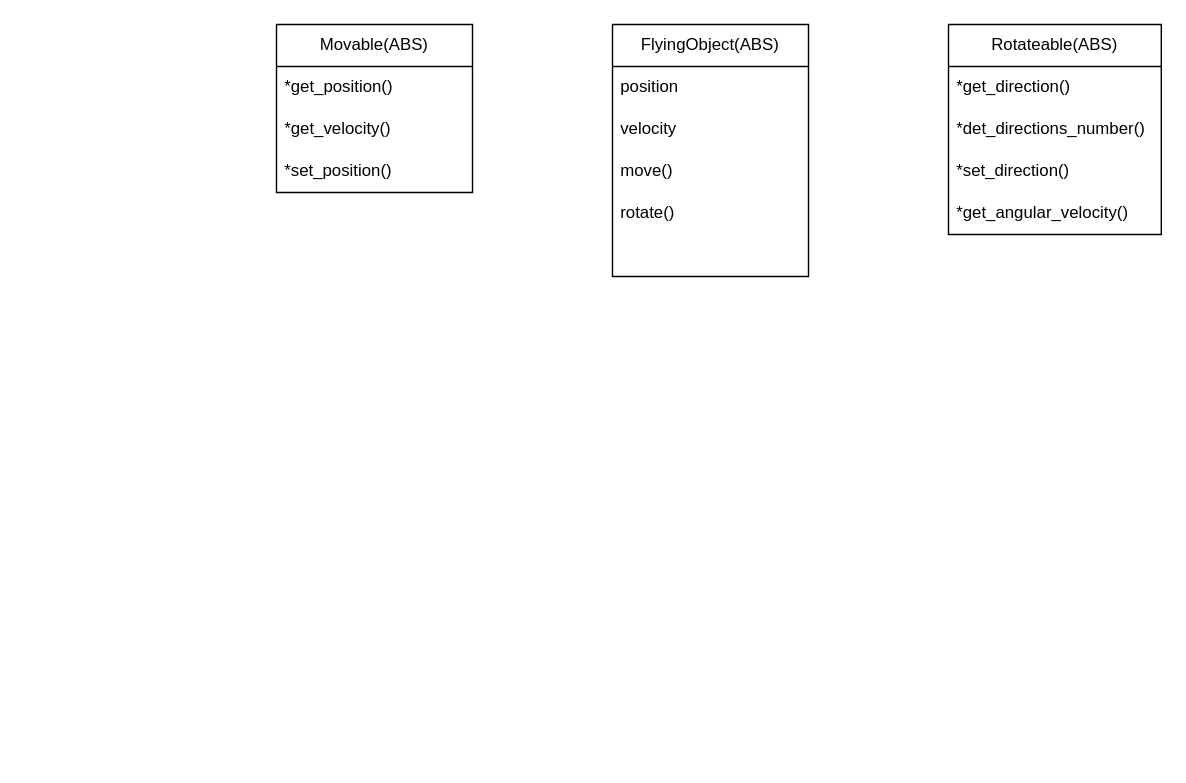
The draw.io diagram classes.dio in konsgrib/otus_design_patterns, before the edit. Source tidied: cells renumbered, new cells numbered last; positions are measured from the earlier drawing's top-left corner, leaving out a move shared by most shapes. Both pictures are drawn from the tidied source at 140%, with x=0, y=0 at pixel (276, 24).
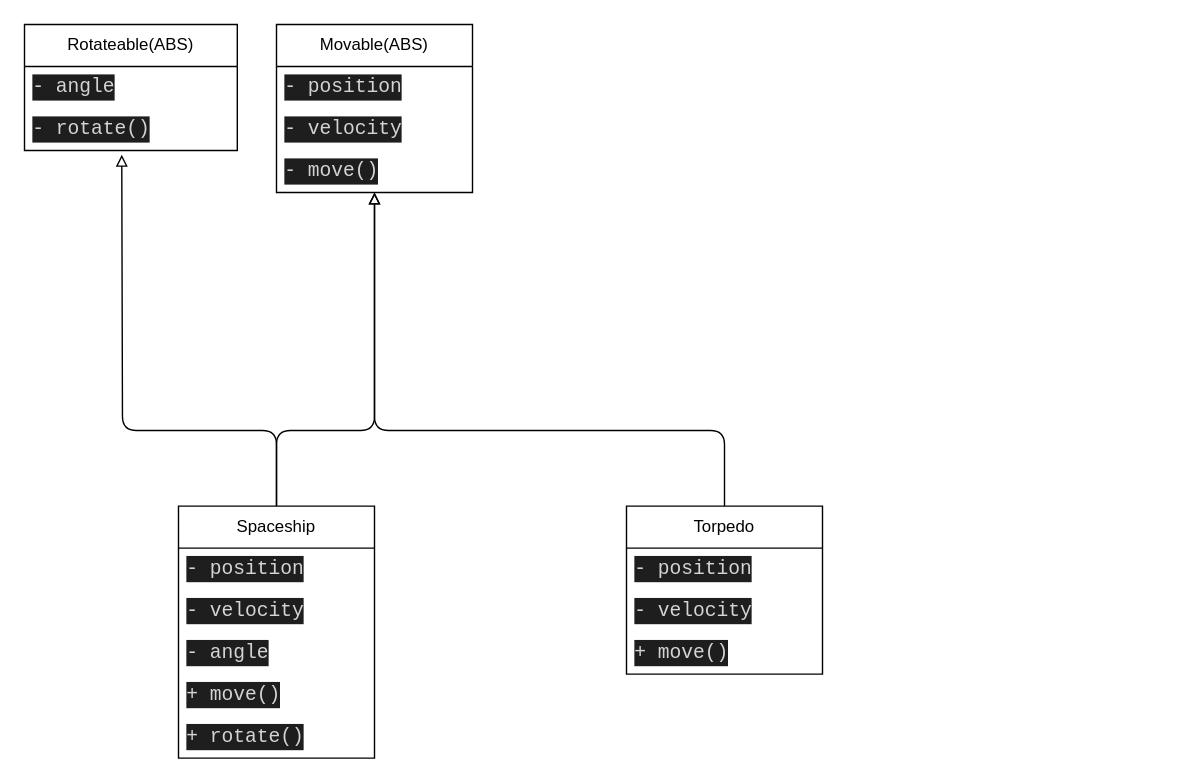
Above is the later version.

Commit message:
classes diagram added

The change refers to these unchanged cells:
```xml
<mxCell id="8" value="Movable(ABS)" style="swimlane;fontStyle=0;horizontal=1;startSize=30;whiteSpace=wrap;html=1;" parent="1" vertex="1">
  <mxGeometry width="140" height="120" as="geometry" />
</mxCell>
```

Diff of the diagram source:
```diff
@@
-    <mxCell id="2" value="FlyingObject(ABS)" style="swimlane;fontStyle=0;horizontal=1;startSize=30;whiteSpace=wrap;html=1;" parent="1" vertex="1">
-      <mxGeometry x="240" width="140" height="180" as="geometry" />
-    </mxCell>
-    <mxCell id="3" value="position" style="text;strokeColor=none;fillColor=none;align=left;verticalAlign=middle;spacingLeft=4;spacingRight=4;overflow=hidden;whiteSpace=wrap;html=1;" parent="2" vertex="1">
-      <mxGeometry y="30" width="140" height="30" as="geometry" />
-    </mxCell>
-    <mxCell id="4" value="velocity" style="text;strokeColor=none;fillColor=none;align=left;verticalAlign=middle;spacingLeft=4;spacingRight=4;overflow=hidden;whiteSpace=wrap;html=1;" parent="2" vertex="1">
-      <mxGeometry y="60" width="140" height="30" as="geometry" />
-    </mxCell>
-    <mxCell id="5" value="move()" style="text;strokeColor=none;fillColor=none;align=left;verticalAlign=middle;spacingLeft=4;spacingRight=4;overflow=hidden;whiteSpace=wrap;html=1;" parent="2" vertex="1">
-      <mxGeometry y="90" width="140" height="30" as="geometry" />
-    </mxCell>
-    <mxCell id="6" value="rotate()" style="text;strokeColor=none;fillColor=none;align=left;verticalAlign=middle;spacingLeft=4;spacingRight=4;overflow=hidden;whiteSpace=wrap;html=1;" parent="2" vertex="1">
-      <mxGeometry y="120" width="140" height="30" as="geometry" />
-    </mxCell>
-    <mxCell id="7" style="text;strokeColor=none;fillColor=none;align=left;verticalAlign=middle;spacingLeft=4;spacingRight=4;overflow=hidden;whiteSpace=wrap;html=1;" parent="2" vertex="1">
-      <mxGeometry y="150" width="140" height="30" as="geometry" />
-    </mxCell>
@@
-    <mxCell id="9" value="*get_position()" style="text;strokeColor=none;fillColor=none;align=left;verticalAlign=middle;spacingLeft=4;spacingRight=4;overflow=hidden;whiteSpace=wrap;html=1;" parent="8" vertex="1">
+    <mxCell id="9" value="&lt;div style=&quot;color: rgb(212, 212, 212); background-color: rgb(30, 30, 30); font-family: Consolas, &amp;quot;Courier New&amp;quot;, monospace; font-size: 14px; line-height: 19px;&quot;&gt;- position&lt;/div&gt;" style="text;strokeColor=none;fillColor=none;align=left;verticalAlign=middle;spacingLeft=4;spacingRight=4;overflow=hidden;whiteSpace=wrap;html=1;" parent="8" vertex="1">
       <mxGeometry y="30" width="140" height="30" as="geometry" />
     </mxCell>
-    <mxCell id="10" value="*get_velocity()" style="text;strokeColor=none;fillColor=none;align=left;verticalAlign=middle;spacingLeft=4;spacingRight=4;overflow=hidden;whiteSpace=wrap;html=1;" parent="8" vertex="1">
+    <mxCell id="10" value="&lt;div style=&quot;color: rgb(212, 212, 212); background-color: rgb(30, 30, 30); font-family: Consolas, &amp;quot;Courier New&amp;quot;, monospace; font-size: 14px; line-height: 19px;&quot;&gt;- velocity&lt;/div&gt;" style="text;strokeColor=none;fillColor=none;align=left;verticalAlign=middle;spacingLeft=4;spacingRight=4;overflow=hidden;whiteSpace=wrap;html=1;" parent="8" vertex="1">
       <mxGeometry y="60" width="140" height="30" as="geometry" />
     </mxCell>
-    <mxCell id="11" value="*set_position()" style="text;strokeColor=none;fillColor=none;align=left;verticalAlign=middle;spacingLeft=4;spacingRight=4;overflow=hidden;whiteSpace=wrap;html=1;" parent="8" vertex="1">
+    <mxCell id="11" value="&lt;div style=&quot;color: rgb(212, 212, 212); background-color: rgb(30, 30, 30); font-family: Consolas, &amp;quot;Courier New&amp;quot;, monospace; font-size: 14px; line-height: 19px;&quot;&gt;- move()&lt;/div&gt;" style="text;strokeColor=none;fillColor=none;align=left;verticalAlign=middle;spacingLeft=4;spacingRight=4;overflow=hidden;whiteSpace=wrap;html=1;" parent="8" vertex="1">
       <mxGeometry y="90" width="140" height="30" as="geometry" />
     </mxCell>
     <mxCell id="12" value="Rotateable(ABS)" style="swimlane;fontStyle=0;horizontal=1;startSize=30;whiteSpace=wrap;html=1;" parent="1" vertex="1">
-      <mxGeometry x="480" width="152" height="150" as="geometry" />
+      <mxGeometry x="-180" width="152" height="90" as="geometry" />
     </mxCell>
-    <mxCell id="13" value="*get_direction()" style="text;strokeColor=none;fillColor=none;align=left;verticalAlign=middle;spacingLeft=4;spacingRight=4;overflow=hidden;whiteSpace=wrap;html=1;" parent="12" vertex="1">
+    <mxCell id="13" value="&lt;div style=&quot;color: rgb(212, 212, 212); background-color: rgb(30, 30, 30); font-family: Consolas, &amp;quot;Courier New&amp;quot;, monospace; font-size: 14px; line-height: 19px;&quot;&gt;- angle&lt;/div&gt;" style="text;strokeColor=none;fillColor=none;align=left;verticalAlign=middle;spacingLeft=4;spacingRight=4;overflow=hidden;whiteSpace=wrap;html=1;" parent="12" vertex="1">
       <mxGeometry y="30" width="152" height="30" as="geometry" />
     </mxCell>
-    <mxCell id="14" value="*det_directions_number()" style="text;strokeColor=none;fillColor=none;align=left;verticalAlign=middle;spacingLeft=4;spacingRight=4;overflow=hidden;whiteSpace=wrap;html=1;" parent="12" vertex="1">
-      <mxGeometry y="60" width="152" height="30" as="geometry" />
-    </mxCell>
-    <mxCell id="15" value="*set_direction()" style="text;strokeColor=none;fillColor=none;align=left;verticalAlign=middle;spacingLeft=4;spacingRight=4;overflow=hidden;whiteSpace=wrap;html=1;" parent="12" vertex="1">
-      <mxGeometry y="90" width="152" height="30" as="geometry" />
-    </mxCell>
-    <mxCell id="16" value="*get_angular_velocity()" style="text;strokeColor=none;fillColor=none;align=left;verticalAlign=middle;spacingLeft=4;spacingRight=4;overflow=hidden;whiteSpace=wrap;html=1;" parent="12" vertex="1">
-      <mxGeometry y="120" width="152" height="30" as="geometry" />
-    </mxCell>
+    <mxCell id="17" value="&lt;div style=&quot;color: rgb(212, 212, 212); background-color: rgb(30, 30, 30); font-family: Consolas, &amp;quot;Courier New&amp;quot;, monospace; font-size: 14px; line-height: 19px;&quot;&gt;&lt;div style=&quot;line-height: 19px;&quot;&gt;- rotate()&lt;/div&gt;&lt;/div&gt;" style="text;strokeColor=none;fillColor=none;align=left;verticalAlign=middle;spacingLeft=4;spacingRight=4;overflow=hidden;points=[[0,0.5],[1,0.5]];portConstraint=eastwest;whiteSpace=wrap;html=1;" parent="12" vertex="1">
+      <mxGeometry y="60" width="152" height="30" as="geometry" />
+    </mxCell>
+    <mxCell id="18" value="Spaceship" style="swimlane;fontStyle=0;horizontal=1;startSize=30;whiteSpace=wrap;html=1;" parent="1" vertex="1">
+      <mxGeometry x="-70" y="344" width="140" height="180" as="geometry" />
+    </mxCell>
+    <mxCell id="19" value="&lt;div style=&quot;color: rgb(212, 212, 212); background-color: rgb(30, 30, 30); font-family: Consolas, &amp;quot;Courier New&amp;quot;, monospace; font-size: 14px; line-height: 19px;&quot;&gt;- position&lt;/div&gt;" style="text;strokeColor=none;fillColor=none;align=left;verticalAlign=middle;spacingLeft=4;spacingRight=4;overflow=hidden;whiteSpace=wrap;html=1;" parent="18" vertex="1">
+      <mxGeometry y="30" width="140" height="30" as="geometry" />
+    </mxCell>
+    <mxCell id="20" value="&lt;div style=&quot;color: rgb(212, 212, 212); background-color: rgb(30, 30, 30); font-family: Consolas, &amp;quot;Courier New&amp;quot;, monospace; font-size: 14px; line-height: 19px;&quot;&gt;- velocity&lt;/div&gt;" style="text;strokeColor=none;fillColor=none;align=left;verticalAlign=middle;spacingLeft=4;spacingRight=4;overflow=hidden;whiteSpace=wrap;html=1;" parent="18" vertex="1">
+      <mxGeometry y="60" width="140" height="30" as="geometry" />
+    </mxCell>
+    <mxCell id="21" value="&lt;div style=&quot;color: rgb(212, 212, 212); background-color: rgb(30, 30, 30); font-family: Consolas, &amp;quot;Courier New&amp;quot;, monospace; font-size: 14px; line-height: 19px;&quot;&gt;- angle&lt;/div&gt;" style="text;strokeColor=none;fillColor=none;align=left;verticalAlign=middle;spacingLeft=4;spacingRight=4;overflow=hidden;whiteSpace=wrap;html=1;" parent="18" vertex="1">
+      <mxGeometry y="90" width="140" height="30" as="geometry" />
+    </mxCell>
+    <mxCell id="22" value="&lt;div style=&quot;color: rgb(212, 212, 212); background-color: rgb(30, 30, 30); font-family: Consolas, &amp;quot;Courier New&amp;quot;, monospace; font-size: 14px; line-height: 19px;&quot;&gt;+ move()&lt;/div&gt;" style="text;strokeColor=none;fillColor=none;align=left;verticalAlign=middle;spacingLeft=4;spacingRight=4;overflow=hidden;whiteSpace=wrap;html=1;" parent="18" vertex="1">
+      <mxGeometry y="120" width="140" height="30" as="geometry" />
+    </mxCell>
+    <mxCell id="23" value="&lt;div style=&quot;color: rgb(212, 212, 212); background-color: rgb(30, 30, 30); font-family: Consolas, &amp;quot;Courier New&amp;quot;, monospace; font-size: 14px; line-height: 19px;&quot;&gt;+ rotate()&lt;/div&gt;" style="text;strokeColor=none;fillColor=none;align=left;verticalAlign=middle;spacingLeft=4;spacingRight=4;overflow=hidden;whiteSpace=wrap;html=1;" parent="18" vertex="1">
+      <mxGeometry y="150" width="140" height="30" as="geometry" />
+    </mxCell>
+    <mxCell id="24" value="Torpedo" style="swimlane;fontStyle=0;horizontal=1;startSize=30;whiteSpace=wrap;html=1;" parent="1" vertex="1">
+      <mxGeometry x="250" y="344" width="140" height="120" as="geometry" />
+    </mxCell>
+    <mxCell id="25" value="&lt;div style=&quot;color: rgb(212, 212, 212); background-color: rgb(30, 30, 30); font-family: Consolas, &amp;quot;Courier New&amp;quot;, monospace; font-size: 14px; line-height: 19px;&quot;&gt;- position&lt;/div&gt;" style="text;strokeColor=none;fillColor=none;align=left;verticalAlign=middle;spacingLeft=4;spacingRight=4;overflow=hidden;whiteSpace=wrap;html=1;" parent="24" vertex="1">
+      <mxGeometry y="30" width="140" height="30" as="geometry" />
+    </mxCell>
+    <mxCell id="26" value="&lt;div style=&quot;color: rgb(212, 212, 212); background-color: rgb(30, 30, 30); font-family: Consolas, &amp;quot;Courier New&amp;quot;, monospace; font-size: 14px; line-height: 19px;&quot;&gt;- velocity&lt;/div&gt;" style="text;strokeColor=none;fillColor=none;align=left;verticalAlign=middle;spacingLeft=4;spacingRight=4;overflow=hidden;whiteSpace=wrap;html=1;" parent="24" vertex="1">
+      <mxGeometry y="60" width="140" height="30" as="geometry" />
+    </mxCell>
+    <mxCell id="27" value="&lt;div style=&quot;color: rgb(212, 212, 212); background-color: rgb(30, 30, 30); font-family: Consolas, &amp;quot;Courier New&amp;quot;, monospace; font-size: 14px; line-height: 19px;&quot;&gt;+ move()&lt;/div&gt;" style="text;strokeColor=none;fillColor=none;align=left;verticalAlign=middle;spacingLeft=4;spacingRight=4;overflow=hidden;whiteSpace=wrap;html=1;" parent="24" vertex="1">
+      <mxGeometry y="90" width="140" height="30" as="geometry" />
+    </mxCell>
+    <mxCell id="28" style="endArrow=block;html=1;exitX=0.5;exitY=0;exitDx=0;exitDy=0;endFill=0;" parent="1" edge="1" source="24">
+      <mxGeometry relative="1" as="geometry">
+        <mxPoint x="70" y="120" as="targetPoint" />
+        <Array as="points">
+          <mxPoint x="320" y="290" />
+          <mxPoint x="70" y="290" />
+        </Array>
+      </mxGeometry>
+    </mxCell>
+    <mxCell id="29" style="endArrow=block;html=1;exitX=0.5;exitY=0;exitDx=0;exitDy=0;endFill=0;" parent="1" edge="1" source="18">
+      <mxGeometry relative="1" as="geometry">
+        <mxPoint x="70" y="120" as="targetPoint" />
+        <Array as="points">
+          <mxPoint y="290" />
+          <mxPoint x="70" y="290" />
+        </Array>
+      </mxGeometry>
+    </mxCell>
+    <mxCell id="30" style="endArrow=block;html=1;entryX=0.457;entryY=1.1;entryDx=0;entryDy=0;entryPerimeter=0;endFill=0;exitX=0.5;exitY=0;exitDx=0;exitDy=0;" parent="1" edge="1" source="18" target="17">
+      <mxGeometry relative="1" as="geometry">
+        <Array as="points">
+          <mxPoint y="290" />
+          <mxPoint x="-110" y="290" />
+        </Array>
+      </mxGeometry>
+    </mxCell>
```
